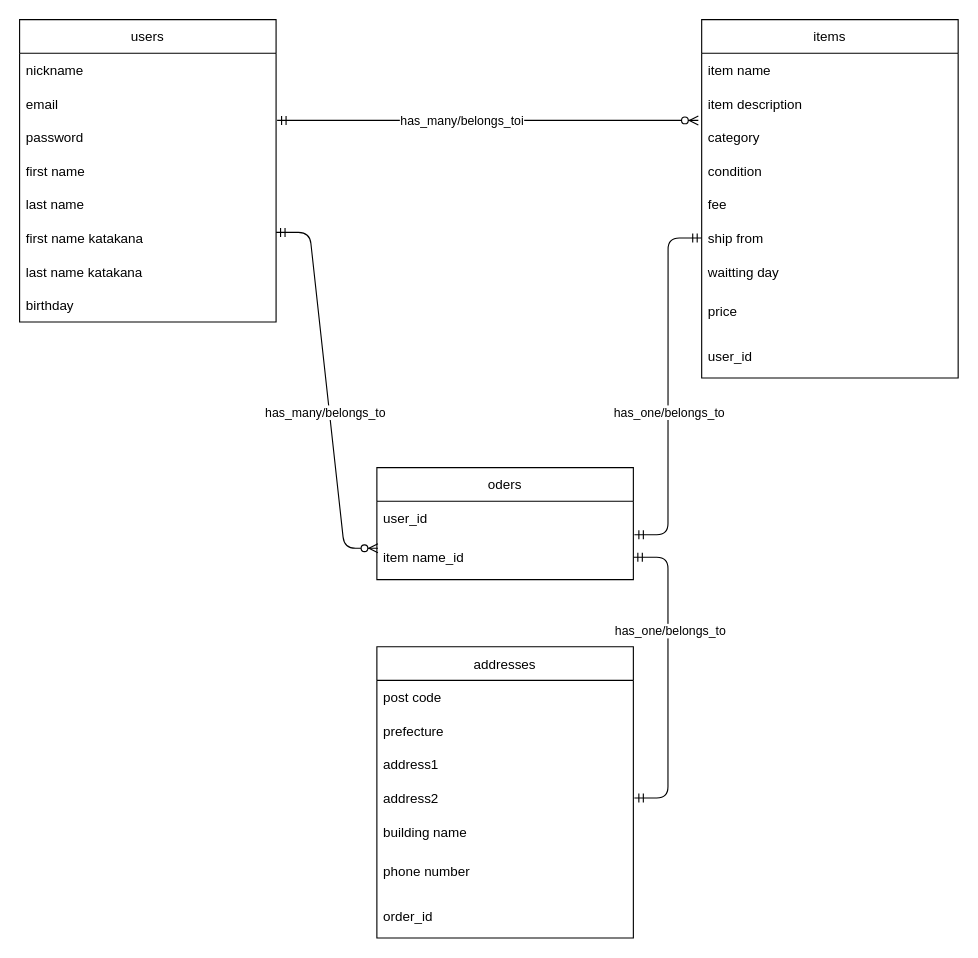
Before: ER drawing.dio in mavel3215/furima-37919, a draw.io diagram. Source tidied: cells renumbered, new cells numbered last; positions are measured from the earlier drawing's top-left corner, leaving out a move shared by most shapes. Both pictures are drawn from the tidied source at 112%, with x=0, y=0 at pixel (19, 19).
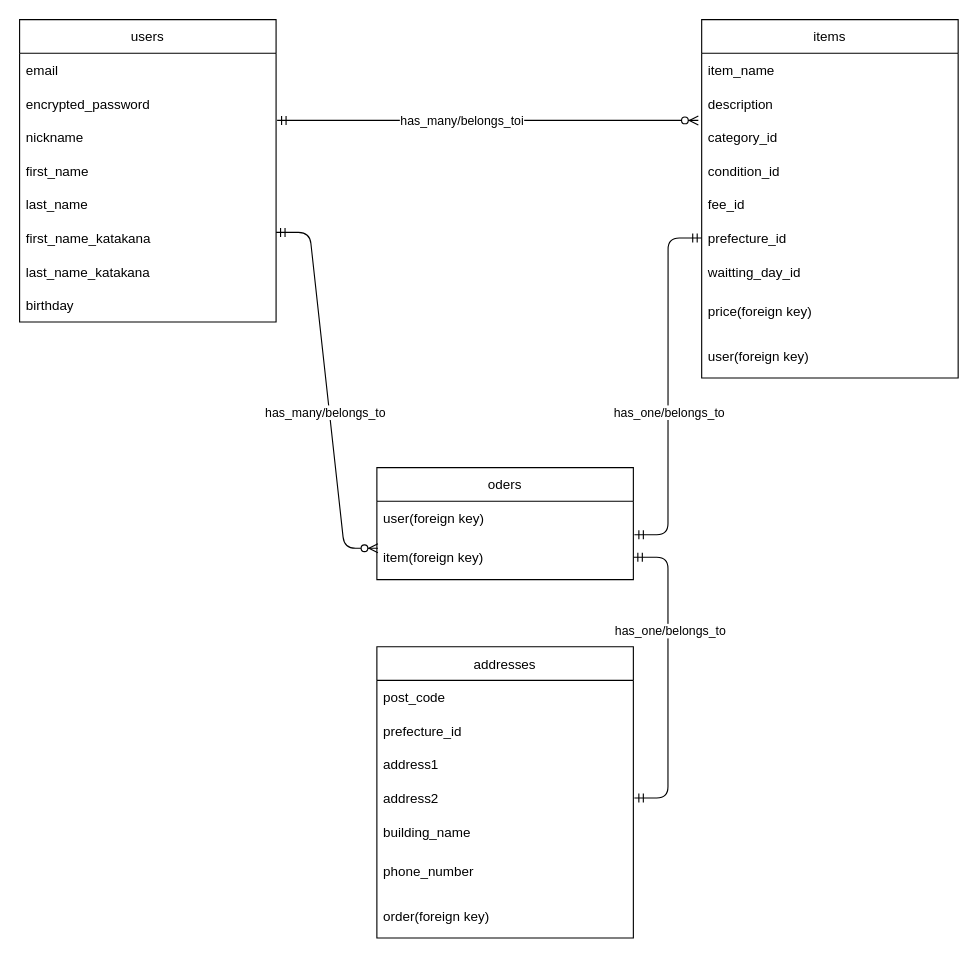
Above is the later version.

The change refers to these unchanged cells:
```xml
<mxCell id="2" value="users" style="swimlane;fontStyle=0;horizontal=1;startSize=30;" parent="1" vertex="1">
  <mxGeometry width="229" height="270" as="geometry" />
</mxCell>
<mxCell id="11" value="items" style="swimlane;fontStyle=0;horizontal=1;startSize=30;" parent="1" vertex="1">
  <mxGeometry x="609" width="229" height="320" as="geometry" />
</mxCell>
<mxCell id="21" value="oders" style="swimlane;fontStyle=0;horizontal=1;startSize=30;" parent="1" vertex="1">
  <mxGeometry x="319" y="400" width="229" height="100" as="geometry" />
</mxCell>
<mxCell id="26" value="addresses" style="swimlane;fontStyle=0;horizontal=1;startSize=30;" parent="1" vertex="1">
  <mxGeometry x="319" y="560" width="229" height="260" as="geometry" />
</mxCell>
```

Change to the diagram source:
```diff
@@
-    <mxCell id="3" value="nickname    " style="text;strokeColor=none;fillColor=none;align=left;verticalAlign=middle;spacingLeft=4;spacingRight=4;overflow=hidden;" parent="2" vertex="1">
+    <mxCell id="3" value="email" style="text;strokeColor=none;fillColor=none;align=left;verticalAlign=middle;spacingLeft=4;spacingRight=4;overflow=hidden;" parent="2" vertex="1">
       <mxGeometry y="30" width="229" height="30" as="geometry" />
     </mxCell>
-    <mxCell id="4" value="email " style="text;strokeColor=none;fillColor=none;align=left;verticalAlign=middle;spacingLeft=4;spacingRight=4;overflow=hidden;" parent="2" vertex="1">
+    <mxCell id="4" value="encrypted_password" style="text;strokeColor=none;fillColor=none;align=left;verticalAlign=middle;spacingLeft=4;spacingRight=4;overflow=hidden;" parent="2" vertex="1">
       <mxGeometry y="60" width="229" height="30" as="geometry" />
     </mxCell>
-    <mxCell id="5" value="password" style="text;strokeColor=none;fillColor=none;align=left;verticalAlign=middle;spacingLeft=4;spacingRight=4;overflow=hidden;points=[[0,0.5],[1,0.5]];portConstraint=eastwest;" parent="2" vertex="1">
+    <mxCell id="5" value="nickname" style="text;strokeColor=none;fillColor=none;align=left;verticalAlign=middle;spacingLeft=4;spacingRight=4;overflow=hidden;points=[[0,0.5],[1,0.5]];portConstraint=eastwest;" parent="2" vertex="1">
       <mxGeometry y="90" width="229" height="30" as="geometry" />
     </mxCell>
-    <mxCell id="6" value="first name" style="text;strokeColor=none;fillColor=none;align=left;verticalAlign=middle;spacingLeft=4;spacingRight=4;overflow=hidden;" parent="2" vertex="1">
+    <mxCell id="6" value="first_name" style="text;strokeColor=none;fillColor=none;align=left;verticalAlign=middle;spacingLeft=4;spacingRight=4;overflow=hidden;" parent="2" vertex="1">
       <mxGeometry y="120" width="229" height="30" as="geometry" />
     </mxCell>
-    <mxCell id="7" value="last name" style="text;strokeColor=none;fillColor=none;align=left;verticalAlign=middle;spacingLeft=4;spacingRight=4;overflow=hidden;" parent="2" vertex="1">
+    <mxCell id="7" value="last_name" style="text;strokeColor=none;fillColor=none;align=left;verticalAlign=middle;spacingLeft=4;spacingRight=4;overflow=hidden;" parent="2" vertex="1">
       <mxGeometry y="150" width="229" height="30" as="geometry" />
     </mxCell>
-    <mxCell id="8" value="first name katakana" style="text;strokeColor=none;fillColor=none;align=left;verticalAlign=middle;spacingLeft=4;spacingRight=4;overflow=hidden;" parent="2" vertex="1">
+    <mxCell id="8" value="first_name_katakana" style="text;strokeColor=none;fillColor=none;align=left;verticalAlign=middle;spacingLeft=4;spacingRight=4;overflow=hidden;" parent="2" vertex="1">
       <mxGeometry y="180" width="229" height="30" as="geometry" />
     </mxCell>
-    <mxCell id="9" value="last name katakana" style="text;strokeColor=none;fillColor=none;align=left;verticalAlign=middle;spacingLeft=4;spacingRight=4;overflow=hidden;" parent="2" vertex="1">
+    <mxCell id="9" value="last_name_katakana" style="text;strokeColor=none;fillColor=none;align=left;verticalAlign=middle;spacingLeft=4;spacingRight=4;overflow=hidden;" parent="2" vertex="1">
       <mxGeometry y="210" width="229" height="30" as="geometry" />
     </mxCell>
@@
-    <mxCell id="12" value="item name" style="text;strokeColor=none;fillColor=none;align=left;verticalAlign=middle;spacingLeft=4;spacingRight=4;overflow=hidden;" parent="11" vertex="1">
+    <mxCell id="12" value="item_name" style="text;strokeColor=none;fillColor=none;align=left;verticalAlign=middle;spacingLeft=4;spacingRight=4;overflow=hidden;" parent="11" vertex="1">
       <mxGeometry y="30" width="229" height="30" as="geometry" />
     </mxCell>
-    <mxCell id="13" value="item description" style="text;strokeColor=none;fillColor=none;align=left;verticalAlign=middle;spacingLeft=4;spacingRight=4;overflow=hidden;" parent="11" vertex="1">
+    <mxCell id="13" value="description" style="text;strokeColor=none;fillColor=none;align=left;verticalAlign=middle;spacingLeft=4;spacingRight=4;overflow=hidden;" parent="11" vertex="1">
       <mxGeometry y="60" width="229" height="30" as="geometry" />
     </mxCell>
-    <mxCell id="14" value="category" style="text;strokeColor=none;fillColor=none;align=left;verticalAlign=middle;spacingLeft=4;spacingRight=4;overflow=hidden;points=[[0,0.5],[1,0.5]];portConstraint=eastwest;" parent="11" vertex="1">
+    <mxCell id="14" value="category_id" style="text;strokeColor=none;fillColor=none;align=left;verticalAlign=middle;spacingLeft=4;spacingRight=4;overflow=hidden;points=[[0,0.5],[1,0.5]];portConstraint=eastwest;" parent="11" vertex="1">
       <mxGeometry y="90" width="229" height="30" as="geometry" />
     </mxCell>
-    <mxCell id="15" value="condition" style="text;strokeColor=none;fillColor=none;align=left;verticalAlign=middle;spacingLeft=4;spacingRight=4;overflow=hidden;" parent="11" vertex="1">
+    <mxCell id="15" value="condition_id" style="text;strokeColor=none;fillColor=none;align=left;verticalAlign=middle;spacingLeft=4;spacingRight=4;overflow=hidden;" parent="11" vertex="1">
       <mxGeometry y="120" width="229" height="30" as="geometry" />
     </mxCell>
-    <mxCell id="16" value="fee" style="text;strokeColor=none;fillColor=none;align=left;verticalAlign=middle;spacingLeft=4;spacingRight=4;overflow=hidden;" parent="11" vertex="1">
+    <mxCell id="16" value="fee_id" style="text;strokeColor=none;fillColor=none;align=left;verticalAlign=middle;spacingLeft=4;spacingRight=4;overflow=hidden;" parent="11" vertex="1">
       <mxGeometry y="150" width="229" height="30" as="geometry" />
     </mxCell>
-    <mxCell id="17" value="ship from" style="text;strokeColor=none;fillColor=none;align=left;verticalAlign=middle;spacingLeft=4;spacingRight=4;overflow=hidden;points=[[0,0.5],[1,0.5]];portConstraint=eastwest;" parent="11" vertex="1">
+    <mxCell id="17" value="prefecture_id" style="text;strokeColor=none;fillColor=none;align=left;verticalAlign=middle;spacingLeft=4;spacingRight=4;overflow=hidden;points=[[0,0.5],[1,0.5]];portConstraint=eastwest;" parent="11" vertex="1">
       <mxGeometry y="180" width="229" height="30" as="geometry" />
     </mxCell>
-    <mxCell id="18" value="waitting day" style="text;strokeColor=none;fillColor=none;align=left;verticalAlign=middle;spacingLeft=4;spacingRight=4;overflow=hidden;" parent="11" vertex="1">
+    <mxCell id="18" value="waitting_day_id" style="text;strokeColor=none;fillColor=none;align=left;verticalAlign=middle;spacingLeft=4;spacingRight=4;overflow=hidden;" parent="11" vertex="1">
       <mxGeometry y="210" width="229" height="30" as="geometry" />
     </mxCell>
-    <mxCell id="19" value="price" style="text;strokeColor=none;fillColor=none;align=left;verticalAlign=middle;spacingLeft=4;spacingRight=4;overflow=hidden;" parent="11" vertex="1">
+    <mxCell id="19" value="price(foreign key)" style="text;strokeColor=none;fillColor=none;align=left;verticalAlign=middle;spacingLeft=4;spacingRight=4;overflow=hidden;" parent="11" vertex="1">
       <mxGeometry y="240" width="229" height="40" as="geometry" />
     </mxCell>
-    <mxCell id="20" value="user_id" style="text;strokeColor=none;fillColor=none;align=left;verticalAlign=middle;spacingLeft=4;spacingRight=4;overflow=hidden;" parent="11" vertex="1">
+    <mxCell id="20" value="user(foreign key)" style="text;strokeColor=none;fillColor=none;align=left;verticalAlign=middle;spacingLeft=4;spacingRight=4;overflow=hidden;" parent="11" vertex="1">
       <mxGeometry y="280" width="229" height="40" as="geometry" />
     </mxCell>
@@
-    <mxCell id="22" value="user_id" style="text;strokeColor=none;fillColor=none;align=left;verticalAlign=middle;spacingLeft=4;spacingRight=4;overflow=hidden;points=[[0,0.5],[1,0.5]];portConstraint=eastwest;" parent="21" vertex="1">
+    <mxCell id="22" value="user(foreign key)" style="text;strokeColor=none;fillColor=none;align=left;verticalAlign=middle;spacingLeft=4;spacingRight=4;overflow=hidden;points=[[0,0.5],[1,0.5]];portConstraint=eastwest;" parent="21" vertex="1">
       <mxGeometry y="30" width="229" height="30" as="geometry" />
     </mxCell>
-    <mxCell id="23" value="item name_id" style="text;strokeColor=none;fillColor=none;align=left;verticalAlign=middle;spacingLeft=4;spacingRight=4;overflow=hidden;points=[[0,0.5],[1,0.5]];portConstraint=eastwest;" parent="21" vertex="1">
+    <mxCell id="23" value="item(foreign key)" style="text;strokeColor=none;fillColor=none;align=left;verticalAlign=middle;spacingLeft=4;spacingRight=4;overflow=hidden;points=[[0,0.5],[1,0.5]];portConstraint=eastwest;" parent="21" vertex="1">
       <mxGeometry y="60" width="229" height="40" as="geometry" />
     </mxCell>
@@
-    <mxCell id="27" value="post code" style="text;strokeColor=none;fillColor=none;align=left;verticalAlign=middle;spacingLeft=4;spacingRight=4;overflow=hidden;" parent="26" vertex="1">
+    <mxCell id="27" value="post_code" style="text;strokeColor=none;fillColor=none;align=left;verticalAlign=middle;spacingLeft=4;spacingRight=4;overflow=hidden;" parent="26" vertex="1">
       <mxGeometry y="30" width="229" height="30" as="geometry" />
     </mxCell>
-    <mxCell id="28" value="prefecture" style="text;strokeColor=none;fillColor=none;align=left;verticalAlign=middle;spacingLeft=4;spacingRight=4;overflow=hidden;" parent="26" vertex="1">
+    <mxCell id="28" value="prefecture_id" style="text;strokeColor=none;fillColor=none;align=left;verticalAlign=middle;spacingLeft=4;spacingRight=4;overflow=hidden;" parent="26" vertex="1">
       <mxGeometry y="60" width="229" height="30" as="geometry" />
     </mxCell>
@@
-    <mxCell id="31" value="building name" style="text;strokeColor=none;fillColor=none;align=left;verticalAlign=middle;spacingLeft=4;spacingRight=4;overflow=hidden;" parent="26" vertex="1">
+    <mxCell id="31" value="building_name" style="text;strokeColor=none;fillColor=none;align=left;verticalAlign=middle;spacingLeft=4;spacingRight=4;overflow=hidden;" parent="26" vertex="1">
       <mxGeometry y="150" width="229" height="30" as="geometry" />
     </mxCell>
-    <mxCell id="32" value="phone number" style="text;strokeColor=none;fillColor=none;align=left;verticalAlign=middle;spacingLeft=4;spacingRight=4;overflow=hidden;" parent="26" vertex="1">
+    <mxCell id="32" value="phone_number" style="text;strokeColor=none;fillColor=none;align=left;verticalAlign=middle;spacingLeft=4;spacingRight=4;overflow=hidden;" parent="26" vertex="1">
       <mxGeometry y="180" width="229" height="40" as="geometry" />
     </mxCell>
-    <mxCell id="33" value="order_id" style="text;strokeColor=none;fillColor=none;align=left;verticalAlign=middle;spacingLeft=4;spacingRight=4;overflow=hidden;" parent="26" vertex="1">
+    <mxCell id="33" value="order(foreign key)" style="text;strokeColor=none;fillColor=none;align=left;verticalAlign=middle;spacingLeft=4;spacingRight=4;overflow=hidden;" parent="26" vertex="1">
       <mxGeometry y="220" width="229" height="40" as="geometry" />
     </mxCell>
```
